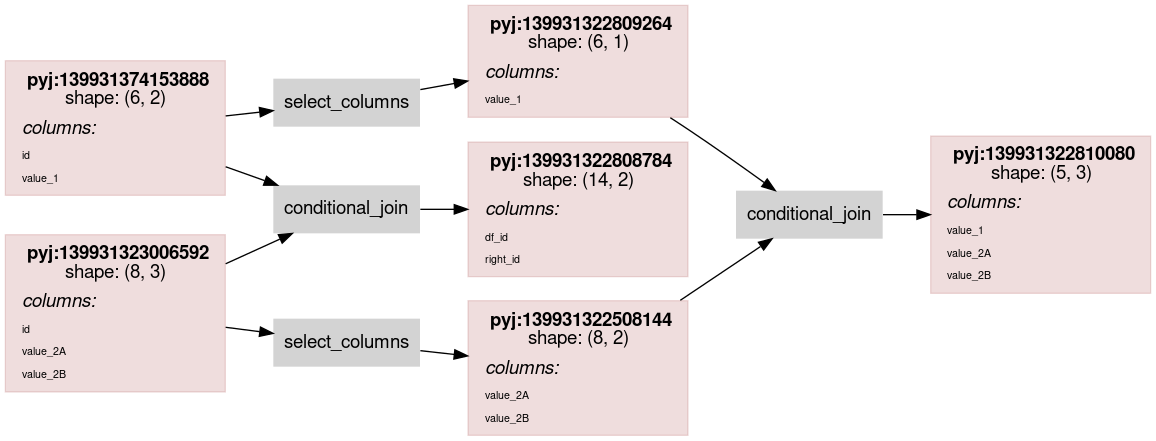
The Graphviz diagram scripts/rdflog/conditional_join.ttl.dot.png in asmirnov69/pyjviz-poc, before a commit. Its source is kept beside it as scripts/rdflog/conditional_join.ttl.dot.
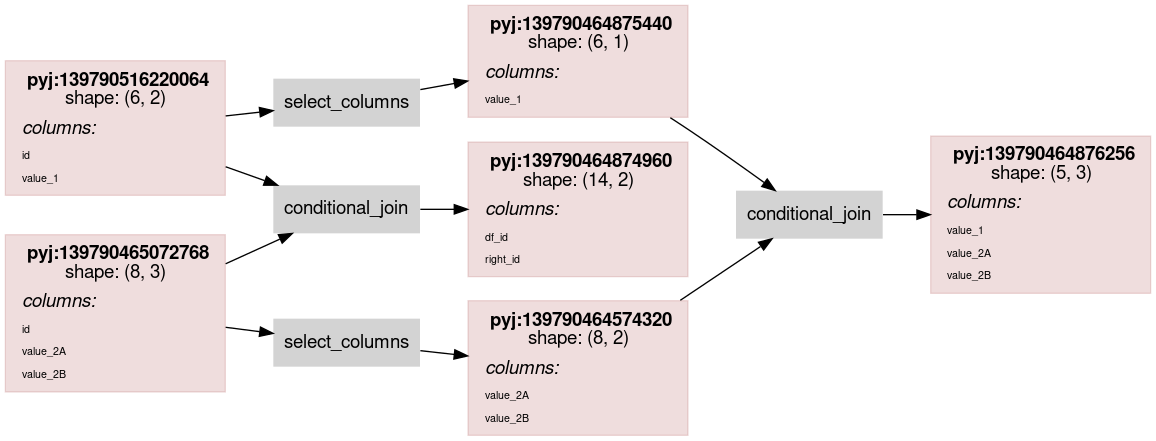
After the commit.

Change to the diagram source:
```diff
@@ -14,7 +14,7 @@
                 color="#88000022"
                 shape = rect
                 label = <<table border="0" cellborder="0" cellspacing="0" cellpadding="4">
-                         <tr> <td> <b>pyj:139931374153888</b><br/>shape: (6, 2)</td> </tr>
+                         <tr> <td> <b>pyj:139790516220064</b><br/>shape: (6, 2)</td> </tr>
                          <tr> <td align="left"><i>columns:</i><br align="left"/></td></tr>
                 <tr><td align="left"><FONT POINT-SIZE="8px">id</FONT></td></tr>
 <tr><td align="left"><FONT POINT-SIZE="8px">value_1</FONT></td></tr>
@@ -24,7 +24,7 @@
                 color="#88000022"
                 shape = rect
                 label = <<table border="0" cellborder="0" cellspacing="0" cellpadding="4">
-                         <tr> <td> <b>pyj:139931322808784</b><br/>shape: (14, 2)</td> </tr>
+                         <tr> <td> <b>pyj:139790464874960</b><br/>shape: (14, 2)</td> </tr>
                          <tr> <td align="left"><i>columns:</i><br align="left"/></td></tr>
                 <tr><td align="left"><FONT POINT-SIZE="8px">df_id</FONT></td></tr>
 <tr><td align="left"><FONT POINT-SIZE="8px">right_id</FONT></td></tr>
@@ -34,7 +34,7 @@
                 color="#88000022"
                 shape = rect
                 label = <<table border="0" cellborder="0" cellspacing="0" cellpadding="4">
-                         <tr> <td> <b>pyj:139931323006592</b><br/>shape: (8, 3)</td> </tr>
+                         <tr> <td> <b>pyj:139790465072768</b><br/>shape: (8, 3)</td> </tr>
                          <tr> <td align="left"><i>columns:</i><br align="left"/></td></tr>
                 <tr><td align="left"><FONT POINT-SIZE="8px">id</FONT></td></tr>
 <tr><td align="left"><FONT POINT-SIZE="8px">value_2A</FONT></td></tr>
@@ -45,7 +45,7 @@
                 color="#88000022"
                 shape = rect
                 label = <<table border="0" cellborder="0" cellspacing="0" cellpadding="4">
-                         <tr> <td> <b>pyj:139931322809264</b><br/>shape: (6, 1)</td> </tr>
+                         <tr> <td> <b>pyj:139790464875440</b><br/>shape: (6, 1)</td> </tr>
                          <tr> <td align="left"><i>columns:</i><br align="left"/></td></tr>
                 <tr><td align="left"><FONT POINT-SIZE="8px">value_1</FONT></td></tr>
                          </table>>
@@ -54,7 +54,7 @@
                 color="#88000022"
                 shape = rect
                 label = <<table border="0" cellborder="0" cellspacing="0" cellpadding="4">
-                         <tr> <td> <b>pyj:139931322508144</b><br/>shape: (8, 2)</td> </tr>
+                         <tr> <td> <b>pyj:139790464574320</b><br/>shape: (8, 2)</td> </tr>
                          <tr> <td align="left"><i>columns:</i><br align="left"/></td></tr>
                 <tr><td align="left"><FONT POINT-SIZE="8px">value_2A</FONT></td></tr>
 <tr><td align="left"><FONT POINT-SIZE="8px">value_2B</FONT></td></tr>
@@ -64,7 +64,7 @@
                 color="#88000022"
                 shape = rect
                 label = <<table border="0" cellborder="0" cellspacing="0" cellpadding="4">
-                         <tr> <td> <b>pyj:139931322810080</b><br/>shape: (5, 3)</td> </tr>
+                         <tr> <td> <b>pyj:139790464876256</b><br/>shape: (5, 3)</td> </tr>
                          <tr> <td align="left"><i>columns:</i><br align="left"/></td></tr>
                 <tr><td align="left"><FONT POINT-SIZE="8px">value_1</FONT></td></tr>
 <tr><td align="left"><FONT POINT-SIZE="8px">value_2A</FONT></td></tr>
```
